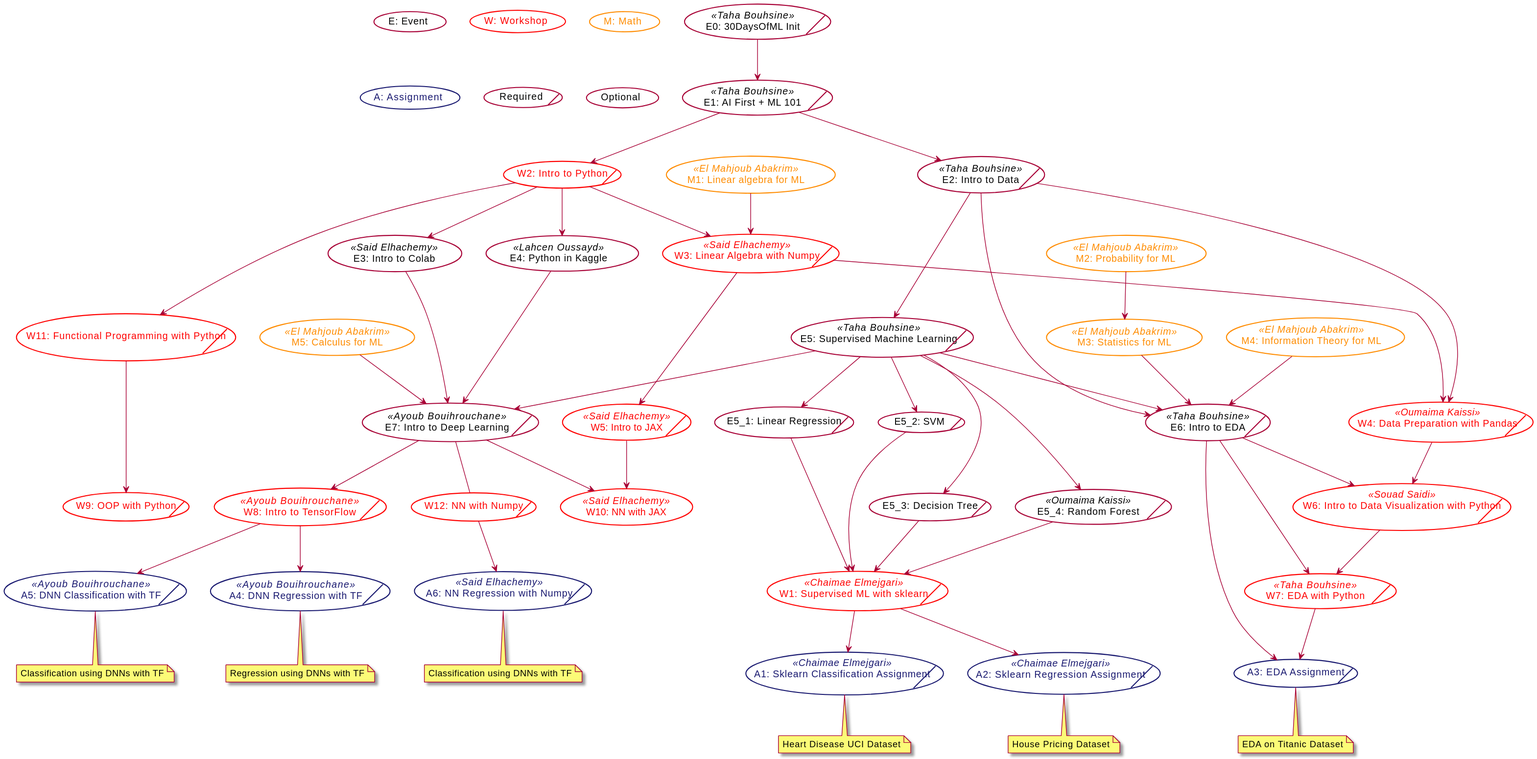
Before: out/mlstart/MLStart.svg, a diagram exported from PlantUML (gdscuiz/30daysofml).
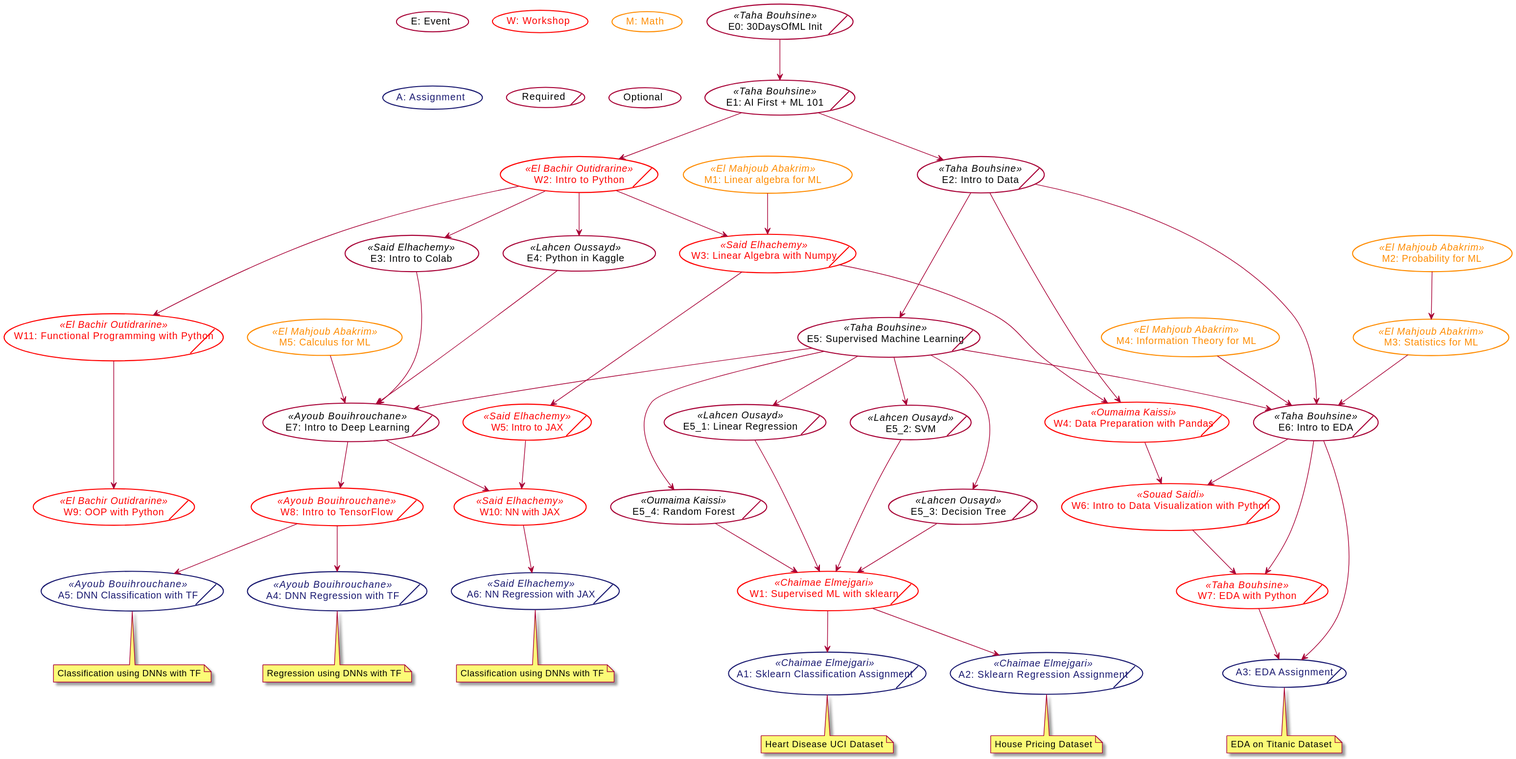
The same diagram one commit later.

Commit message:
exported diagrams

What changed in the source:
```diff
@@ -17,9 +17,9 @@
 (E3: Intro to Colab) as E3 <<Said Elhachemy>>
 (E4: Python in Kaggle) as E4 << Lahcen Oussayd >>
 (E5: Supervised Machine Learning)/ as E5 <<Taha Bouhsine>>
-(E5_1: Linear Regression)/ as E5_1
-(E5_2: SVM)/ as E5_2
-(E5_3: Decision Tree)/ as E5_3
+(E5_1: Linear Regression)/ as E5_1 <<Lahcen Ousayd>>
+(E5_2: SVM)/ as E5_2 <<Lahcen Ousayd>>
+(E5_3: Decision Tree)/ as E5_3 <<Lahcen Ousayd>>
 (E5_4: Random Forest)/ as E5_4 <<Oumaima Kaissi>>
 (E6: Intro to EDA)/ as E6 <<Taha Bouhsine>>
 (E7: Intro to Deep Learning)/ as E7 << Ayoub Bouihrouchane >>
@@ -28,17 +28,17 @@
 
 
 (W1: Supervised ML with sklearn)/ as W1 << Chaimae Elmejgari>> #line:red;text:red
-(W2: Intro to Python)/ as W2 #line:red;text:red
+(W2: Intro to Python)/ as W2 <<El Bachir Outidrarine>> #line:red;text:red
 (W3: Linear Algebra with Numpy)/ as W3 <<Said Elhachemy>> #line:red;text:red
 (W4: Data Preparation with Pandas)/ as W4 <<Oumaima Kaissi>> #line:red;text:red
 (W5: Intro to JAX)/ as W5 <<Said Elhachemy>> #line:red;text:red
 (W6: Intro to Data Visualization with Python)/ as W6 <<Souad Saidi>> #line:red;text:red
 (W7: EDA with Python)/ as W7 <<Taha Bouhsine>> #line:red;text:red
 (W8: Intro to TensorFlow)/ as W8 << Ayoub Bouihrouchane >> #line:red;text:red
-(W9: OOP with Python)/ as W9 #line:red;text:red
+(W9: OOP with Python)/ as W9 << El Bachir Outidrarine>>#line:red;text:red
 (W10: NN with JAX) as W10 <<Said Elhachemy>> #line:red;text:red
-(W11: Functional Programming with Python)/ as W11 #line:red;text:red
-(W12: NN with Numpy)/ as W12 #line:red;text:red
+(W11: Functional Programming with Python)/ as W11 <<El Bachir Outidrarine>> #line:red;text:red
+
 
 (M1: Linear algebra for ML) as M1 << El Mahjoub Abakrim >> #line:darkorange;text:darkorange
 (M2: Probability for ML) as M2 << El Mahjoub Abakrim >> #line:darkorange;text:darkorange
@@ -71,7 +71,7 @@
 Classification using DNNs with TF
 end note
 
-(A6: NN Regression with Numpy)/ as A6 <<Said Elhachemy>> #line:MidnightBlue;text:MidnightBlue
+(A6: NN Regression with JAX)/ as A6 <<Said Elhachemy>> #line:MidnightBlue;text:MidnightBlue
 note bottom [[http://GDSCUIZ.github.io]]
 Classification using DNNs with TF
 end note
@@ -116,7 +116,7 @@
 
 E7 --> W8
 E7 --> W10
-E7 -- W12
+
 
 W1 --> A1
 W1 --> A2
@@ -142,7 +142,7 @@
 
 W11 ---> W9
 
-W12 --> A6
+W10 --> A6
 
 (Required)/
 (Optional)
```
